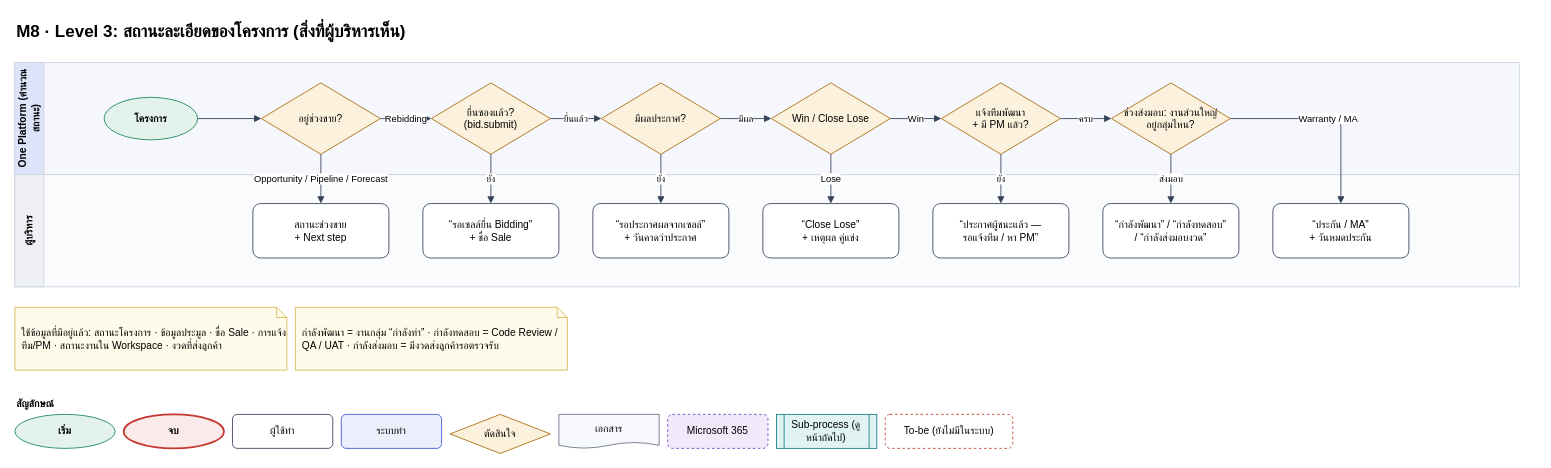
This is page "M8 Executive · L3" (33 of 35) of salesflow/docs/diagrams/one-platform-flows.drawio from Ruttanachote/Ai, a draw.io file, before an edit. Source tidied: cells renumbered, new cells numbered last; positions are measured from the earlier drawing's top-left corner, leaving out a move shared by most shapes. Both pictures are drawn from the tidied source at 85%, with x=0, y=0 at pixel (14, 14).
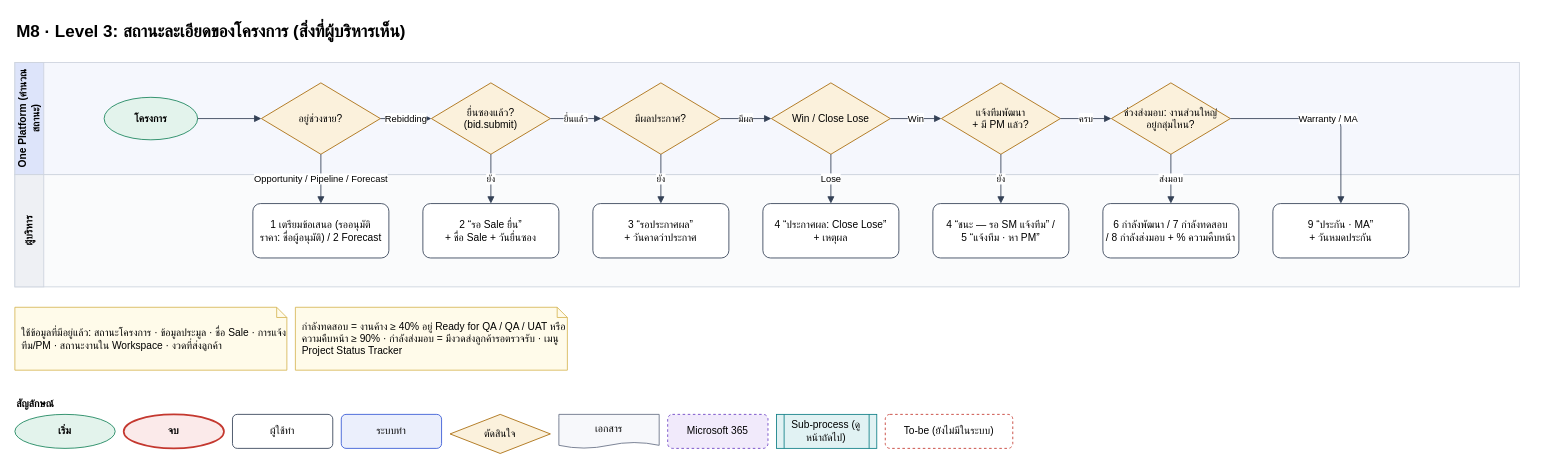
After the change.

What changed in the source:
```diff
@@
-    <mxCell id="10" value="“รอเซลล์ยื่น Bidding”&lt;br&gt;+ ชื่อ Sale" style="rounded=1;whiteSpace=wrap;html=1;fillColor=#FFFFFF;strokeColor=#334055;arcSize=14;fontFamily=Prompt;" parent="1" vertex="1">
+    <mxCell id="10" value="2 “รอ Sale ยื่น”&lt;br&gt;+ ชื่อ Sale + วันยื่นซอง" style="rounded=1;whiteSpace=wrap;html=1;fillColor=#FFFFFF;strokeColor=#334055;arcSize=14;fontFamily=Prompt;" parent="1" vertex="1">
       <mxGeometry x="480" y="222" width="160" height="64" as="geometry" />
     </mxCell>
@@
-    <mxCell id="12" value="“รอประกาศผลจากเซลล์”&lt;br&gt;+ วันคาดว่าประกาศ" style="rounded=1;whiteSpace=wrap;html=1;fillColor=#FFFFFF;strokeColor=#334055;arcSize=14;fontFamily=Prompt;" parent="1" vertex="1">
+    <mxCell id="12" value="3 “รอประกาศผล”&lt;br&gt;+ วันคาดว่าประกาศ" style="rounded=1;whiteSpace=wrap;html=1;fillColor=#FFFFFF;strokeColor=#334055;arcSize=14;fontFamily=Prompt;" parent="1" vertex="1">
       <mxGeometry x="680" y="222" width="160" height="64" as="geometry" />
     </mxCell>
@@
-    <mxCell id="14" value="“Close Lose”&lt;br&gt;+ เหตุผล คู่แข่ง" style="rounded=1;whiteSpace=wrap;html=1;fillColor=#FFFFFF;strokeColor=#334055;arcSize=14;fontFamily=Prompt;" parent="1" vertex="1">
+    <mxCell id="14" value="4 “ประกาศผล: Close Lose”&lt;br&gt;+ เหตุผล" style="rounded=1;whiteSpace=wrap;html=1;fillColor=#FFFFFF;strokeColor=#334055;arcSize=14;fontFamily=Prompt;" parent="1" vertex="1">
       <mxGeometry x="880" y="222" width="160" height="64" as="geometry" />
     </mxCell>
@@
-    <mxCell id="16" value="“ประกาศผู้ชนะแล้ว —&lt;br&gt;รอแจ้งทีม / หา PM”" style="rounded=1;whiteSpace=wrap;html=1;fillColor=#FFFFFF;strokeColor=#334055;arcSize=14;fontFamily=Prompt;" parent="1" vertex="1">
+    <mxCell id="16" value="4 “ชนะ — รอ SM แจ้งทีม” /&lt;br&gt;5 “แจ้งทีม · หา PM”" style="rounded=1;whiteSpace=wrap;html=1;fillColor=#FFFFFF;strokeColor=#334055;arcSize=14;fontFamily=Prompt;" parent="1" vertex="1">
       <mxGeometry x="1080" y="222" width="160" height="64" as="geometry" />
     </mxCell>
@@
-    <mxCell id="18" value="“กำลังพัฒนา” / “กำลังทดสอบ”&lt;br&gt;/ “กำลังส่งมอบงวด”" style="rounded=1;whiteSpace=wrap;html=1;fillColor=#FFFFFF;strokeColor=#334055;arcSize=14;fontFamily=Prompt;" parent="1" vertex="1">
+    <mxCell id="18" value="6 กำลังพัฒนา / 7 กำลังทดสอบ&lt;br&gt;/ 8 กำลังส่งมอบ + % ความคืบหน้า" style="rounded=1;whiteSpace=wrap;html=1;fillColor=#FFFFFF;strokeColor=#334055;arcSize=14;fontFamily=Prompt;" parent="1" vertex="1">
       <mxGeometry x="1280" y="222" width="160" height="64" as="geometry" />
     </mxCell>
-    <mxCell id="19" value="“ประกัน / MA”&lt;br&gt;+ วันหมดประกัน" style="rounded=1;whiteSpace=wrap;html=1;fillColor=#FFFFFF;strokeColor=#334055;arcSize=14;fontFamily=Prompt;" parent="1" vertex="1">
+    <mxCell id="19" value="9 “ประกัน · MA”&lt;br&gt;+ วันหมดประกัน" style="rounded=1;whiteSpace=wrap;html=1;fillColor=#FFFFFF;strokeColor=#334055;arcSize=14;fontFamily=Prompt;" parent="1" vertex="1">
       <mxGeometry x="1480" y="222" width="160" height="64" as="geometry" />
     </mxCell>
-    <mxCell id="20" value="สถานะช่วงขาย&lt;br&gt;+ Next step" style="rounded=1;whiteSpace=wrap;html=1;fillColor=#FFFFFF;strokeColor=#334055;arcSize=14;fontFamily=Prompt;" parent="1" vertex="1">
+    <mxCell id="20" value="1 เตรียมข้อเสนอ (รออนุมัติ&lt;br&gt;ราคา: ชื่อผู้อนุมัติ) / 2 Forecast" style="rounded=1;whiteSpace=wrap;html=1;fillColor=#FFFFFF;strokeColor=#334055;arcSize=14;fontFamily=Prompt;" parent="1" vertex="1">
       <mxGeometry x="280" y="222" width="160" height="64" as="geometry" />
     </mxCell>
@@
-    <mxCell id="22" value="กำลังพัฒนา = งานกลุ่ม “กำลังทำ” · กำลังทดสอบ = Code Review / QA / UAT · กำลังส่งมอบ = มีงวดส่งลูกค้ารอตรวจรับ" style="shape=note;whiteSpace=wrap;html=1;fillColor=#FFFBEA;strokeColor=#D6B656;size=12;align=left;spacingLeft=6;fontFamily=Prompt;" parent="1" vertex="1">
+    <mxCell id="22" value="กำลังทดสอบ = งานค้าง ≥ 40% อยู่ Ready for QA / QA / UAT หรือความคืบหน้า ≥ 90% · กำลังส่งมอบ = มีงวดส่งลูกค้ารอตรวจรับ · เมนู Project Status Tracker" style="shape=note;whiteSpace=wrap;html=1;fillColor=#FFFBEA;strokeColor=#D6B656;size=12;align=left;spacingLeft=6;fontFamily=Prompt;" parent="1" vertex="1">
       <mxGeometry x="330" y="344" width="320" height="74" as="geometry" />
     </mxCell>
```
